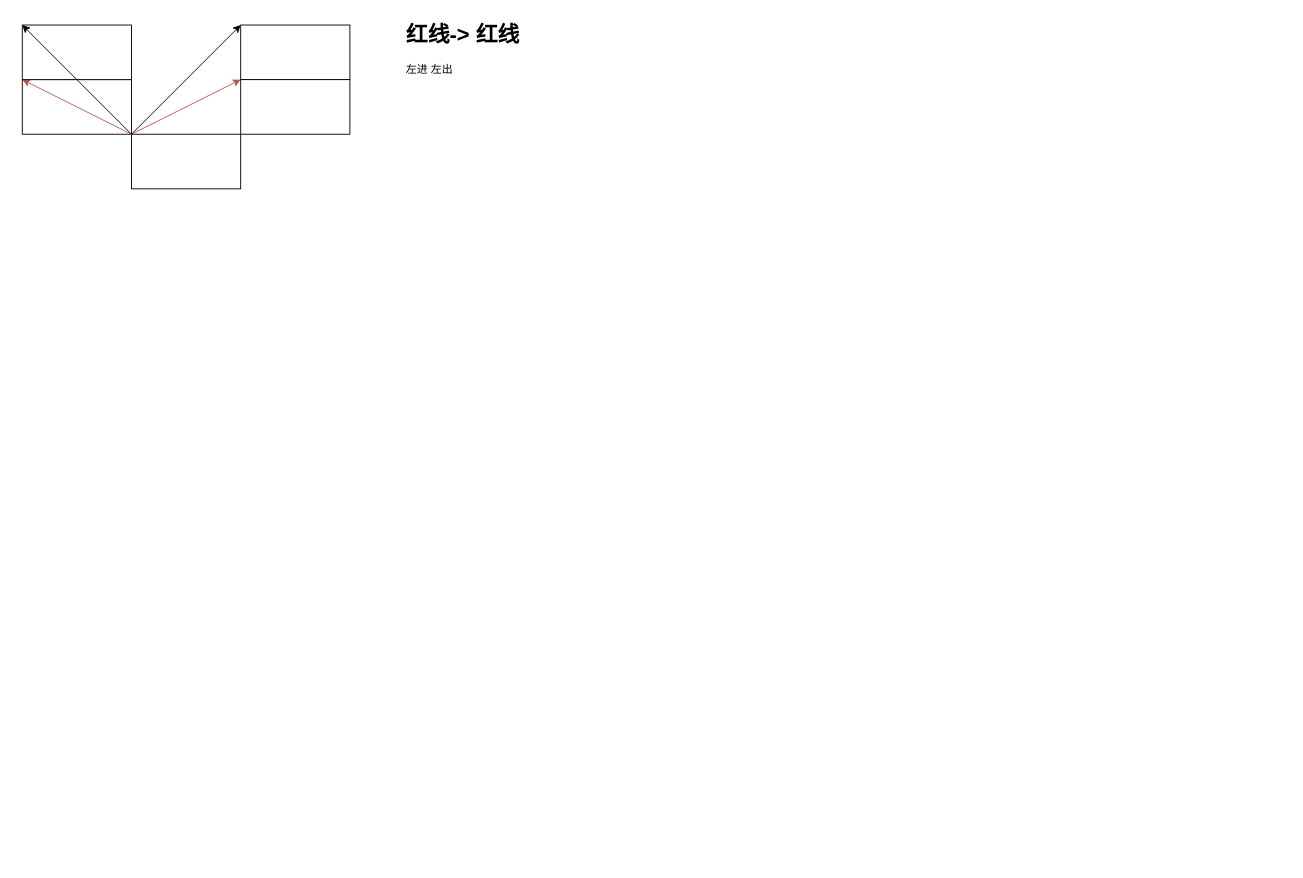
InternationSi/drawIO keeps this draw.io diagram as 锚点角度计算.drawio. Above is the earlier version. Source tidied: cells renumbered, new cells numbered last; positions are measured from the earlier drawing's top-left corner, leaving out a move shared by most shapes. Both pictures are drawn from the tidied source at 91%, with x=0, y=0 at pixel (22, 15).
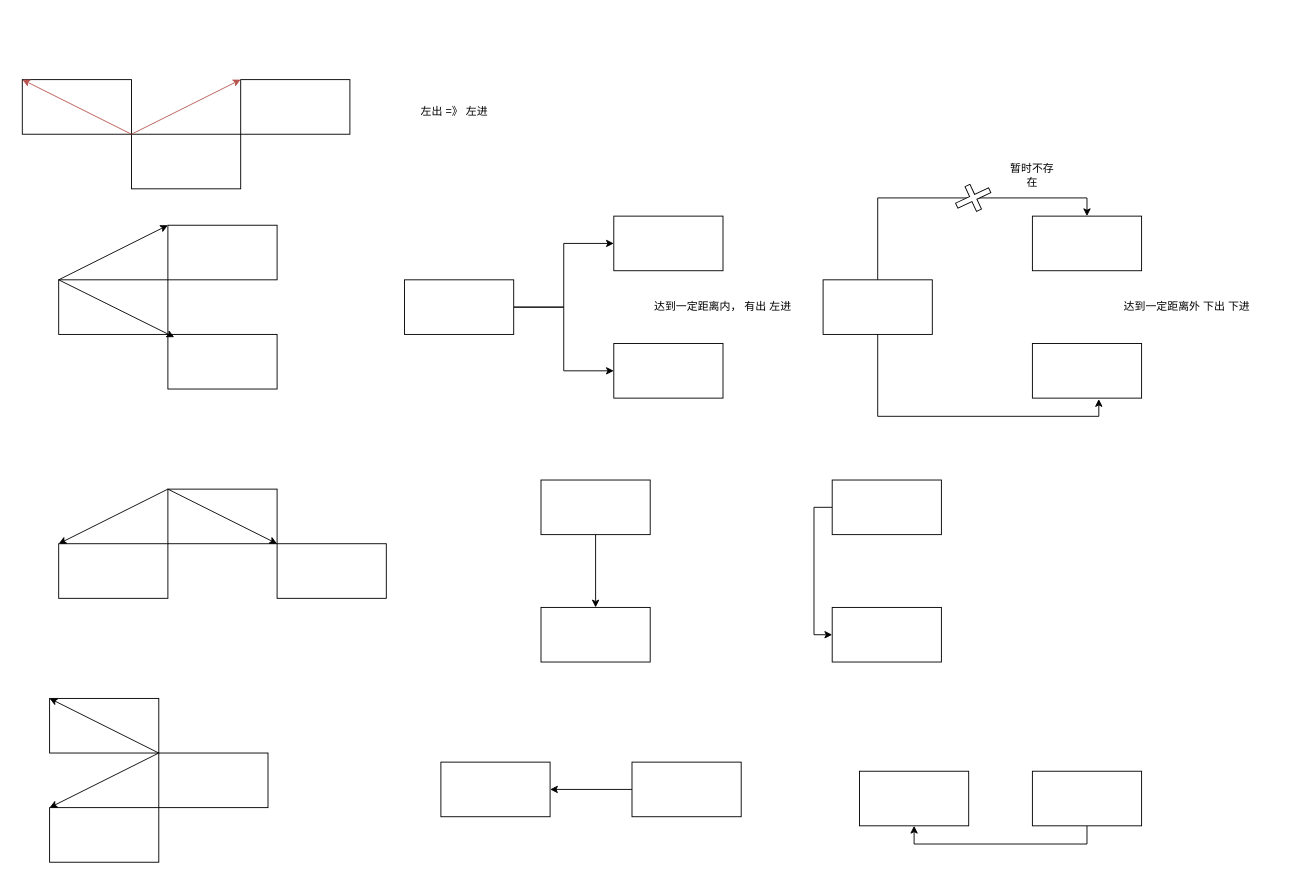
The same page after the edit.

Commit message (it also covers changes not shown here):
更新锚点角度计算.drawio

The change refers to these unchanged cells:
```xml
<mxCell id="2" style="rounded=0;whiteSpace=wrap;html=1;" parent="1" vertex="1">
  <mxGeometry x="120" y="130" width="120" height="60" as="geometry" />
</mxCell>
```

Change to the diagram source:
```diff
@@
-    <mxCell id="3" style="rounded=0;whiteSpace=wrap;html=1;" parent="1" vertex="1">
-      <mxGeometry x="240" y="10" width="120" height="60" as="geometry" />
-    </mxCell>
@@
-    <mxCell id="5" style="endArrow=classic;html=1;rounded=0;entryX=0;entryY=1;entryDx=0;entryDy=0;fillColor=#f8cecc;strokeColor=#b85450;" parent="1" edge="1" target="3">
+    <mxCell id="5" style="endArrow=classic;html=1;rounded=0;entryX=0;entryY=1;entryDx=0;entryDy=0;fillColor=#f8cecc;strokeColor=#b85450;" parent="1" edge="1">
       <mxGeometry relative="1" as="geometry">
         <mxPoint x="120" y="130" as="sourcePoint" />
+        <mxPoint x="240" y="70" as="targetPoint" />
       </mxGeometry>
     </mxCell>
-    <mxCell id="6" style="endArrow=classic;html=1;rounded=0;entryX=0;entryY=0;entryDx=0;entryDy=0;" parent="1" edge="1" target="3">
-      <mxGeometry relative="1" as="geometry">
-        <mxPoint x="120" y="130" as="sourcePoint" />
-      </mxGeometry>
-    </mxCell>
@@
-    <mxCell id="9" style="rounded=0;whiteSpace=wrap;html=1;" parent="1" vertex="1">
-      <mxGeometry y="10" width="120" height="60" as="geometry" />
-    </mxCell>
-    <mxCell id="10" style="endArrow=classic;html=1;rounded=0;entryX=0;entryY=0;entryDx=0;entryDy=0;exitX=0;exitY=0;exitDx=0;exitDy=0;" parent="1" edge="1" source="2" target="9">
-      <mxGeometry relative="1" as="geometry" />
-    </mxCell>
-    <mxCell id="11" value="&lt;h1 style=&quot;margin-top: 0px;&quot;&gt;红线-&amp;gt; 红线&lt;/h1&gt;&lt;p&gt;左进 左出&lt;/p&gt;" style="text;html=1;whiteSpace=wrap;overflow=hidden;rounded=0;" parent="1" vertex="1">
-      <mxGeometry x="420" width="180" height="120" as="geometry" />
-    </mxCell>
+    <mxCell id="12" style="rounded=0;whiteSpace=wrap;html=1;" parent="1" vertex="1">
+      <mxGeometry x="40" y="290" width="120" height="60" as="geometry" />
+    </mxCell>
+    <mxCell id="13" style="rounded=0;whiteSpace=wrap;html=1;" parent="1" vertex="1">
+      <mxGeometry x="160" y="230" width="120" height="60" as="geometry" />
+    </mxCell>
+    <mxCell id="14" style="rounded=0;whiteSpace=wrap;html=1;" parent="1" vertex="1">
+      <mxGeometry x="160" y="350" width="120" height="60" as="geometry" />
+    </mxCell>
+    <mxCell id="15" style="endArrow=classic;html=1;rounded=0;entryX=0;entryY=0;entryDx=0;entryDy=0;" parent="1" edge="1" target="13">
+      <mxGeometry relative="1" as="geometry">
+        <mxPoint x="40" y="290" as="sourcePoint" />
+      </mxGeometry>
+    </mxCell>
+    <mxCell id="16" style="endArrow=classic;html=1;rounded=0;entryX=0.058;entryY=0.05;entryDx=0;entryDy=0;entryPerimeter=0;" parent="1" edge="1" target="14">
+      <mxGeometry relative="1" as="geometry">
+        <mxPoint x="40" y="290" as="sourcePoint" />
+      </mxGeometry>
+    </mxCell>
+    <mxCell id="17" style="edgeStyle=orthogonalEdgeStyle;rounded=0;jettySize=auto;html=1;exitX=1;exitY=0.5;exitDx=0;exitDy=0;entryX=0;entryY=0.5;entryDx=0;entryDy=0;" parent="1" edge="1" source="19" target="21">
+      <mxGeometry relative="1" as="geometry" />
+    </mxCell>
+    <mxCell id="18" style="edgeStyle=orthogonalEdgeStyle;rounded=0;jettySize=auto;html=1;exitX=1;exitY=0.5;exitDx=0;exitDy=0;entryX=0;entryY=0.5;entryDx=0;entryDy=0;" parent="1" edge="1" source="19" target="20">
+      <mxGeometry relative="1" as="geometry" />
+    </mxCell>
+    <mxCell id="19" style="rounded=0;whiteSpace=wrap;html=1;" parent="1" vertex="1">
+      <mxGeometry x="420" y="290" width="120" height="60" as="geometry" />
+    </mxCell>
+    <mxCell id="20" style="rounded=0;whiteSpace=wrap;html=1;" parent="1" vertex="1">
+      <mxGeometry x="650" y="220" width="120" height="60" as="geometry" />
+    </mxCell>
+    <mxCell id="21" style="rounded=0;whiteSpace=wrap;html=1;" parent="1" vertex="1">
+      <mxGeometry x="650" y="360" width="120" height="60" as="geometry" />
+    </mxCell>
+    <mxCell id="22" value="左出 =》 左进" style="text;html=1;align=center;verticalAlign=middle;whiteSpace=wrap;rounded=0;" parent="1" vertex="1">
+      <mxGeometry x="410" y="90" width="130" height="30" as="geometry" />
+    </mxCell>
+    <mxCell id="23" value="达到一定距离内， 有出 左进" style="text;html=1;align=center;verticalAlign=middle;whiteSpace=wrap;rounded=0;" parent="1" vertex="1">
+      <mxGeometry x="660" y="305" width="220" height="30" as="geometry" />
+    </mxCell>
+    <mxCell id="24" style="edgeStyle=orthogonalEdgeStyle;rounded=0;jettySize=auto;html=1;exitX=0.5;exitY=0;exitDx=0;exitDy=0;entryX=0.5;entryY=0;entryDx=0;entryDy=0;" parent="1" edge="1" source="25" target="26">
+      <mxGeometry relative="1" as="geometry" />
+    </mxCell>
+    <mxCell id="25" style="rounded=0;whiteSpace=wrap;html=1;" parent="1" vertex="1">
+      <mxGeometry x="880" y="290" width="120" height="60" as="geometry" />
+    </mxCell>
+    <mxCell id="26" style="rounded=0;whiteSpace=wrap;html=1;" parent="1" vertex="1">
+      <mxGeometry x="1110" y="220" width="120" height="60" as="geometry" />
+    </mxCell>
+    <mxCell id="27" style="rounded=0;whiteSpace=wrap;html=1;" parent="1" vertex="1">
+      <mxGeometry x="1110" y="360" width="120" height="60" as="geometry" />
+    </mxCell>
+    <mxCell id="28" value="达到一定距离外 下出 下进" style="text;html=1;align=center;verticalAlign=middle;whiteSpace=wrap;rounded=0;" parent="1" vertex="1">
+      <mxGeometry x="1170" y="305" width="220" height="30" as="geometry" />
+    </mxCell>
+    <mxCell id="29" style="edgeStyle=orthogonalEdgeStyle;rounded=0;jettySize=auto;html=1;exitX=0.5;exitY=1;exitDx=0;exitDy=0;entryX=0.608;entryY=1.017;entryDx=0;entryDy=0;entryPerimeter=0;" parent="1" edge="1" source="25" target="27">
+      <mxGeometry relative="1" as="geometry" />
+    </mxCell>
+    <mxCell id="30" style="shape=cross;whiteSpace=wrap;html=1;direction=south;rotation=65;" parent="1" vertex="1">
+      <mxGeometry x="1030" y="180" width="30" height="40" as="geometry" />
+    </mxCell>
+    <mxCell id="31" value="暂时不存在" style="text;html=1;align=center;verticalAlign=middle;whiteSpace=wrap;rounded=0;" parent="1" vertex="1">
+      <mxGeometry x="1080" y="160" width="60" height="30" as="geometry" />
+    </mxCell>
+    <mxCell id="32" style="rounded=0;whiteSpace=wrap;html=1;" parent="1" vertex="1">
+      <mxGeometry x="160" y="520" width="120" height="60" as="geometry" />
+    </mxCell>
+    <mxCell id="33" style="rounded=0;whiteSpace=wrap;html=1;" parent="1" vertex="1">
+      <mxGeometry x="40" y="580" width="120" height="60" as="geometry" />
+    </mxCell>
+    <mxCell id="34" style="rounded=0;whiteSpace=wrap;html=1;" parent="1" vertex="1">
+      <mxGeometry x="280" y="580" width="120" height="60" as="geometry" />
+    </mxCell>
+    <mxCell id="35" style="endArrow=classic;html=1;rounded=0;entryX=1;entryY=1;entryDx=0;entryDy=0;" parent="1" edge="1" target="32">
+      <mxGeometry relative="1" as="geometry">
+        <mxPoint x="160" y="520" as="sourcePoint" />
+      </mxGeometry>
+    </mxCell>
+    <mxCell id="36" style="endArrow=classic;html=1;rounded=0;entryX=0;entryY=0;entryDx=0;entryDy=0;" parent="1" edge="1" target="33">
+      <mxGeometry relative="1" as="geometry">
+        <mxPoint x="160" y="520" as="sourcePoint" />
+      </mxGeometry>
+    </mxCell>
+    <mxCell id="37" style="edgeStyle=orthogonalEdgeStyle;rounded=0;jettySize=auto;html=1;exitX=0.5;exitY=1;exitDx=0;exitDy=0;entryX=0.5;entryY=0;entryDx=0;entryDy=0;" parent="1" edge="1" source="38" target="39">
+      <mxGeometry relative="1" as="geometry" />
+    </mxCell>
+    <mxCell id="38" style="rounded=0;whiteSpace=wrap;html=1;" parent="1" vertex="1">
+      <mxGeometry x="570" y="510" width="120" height="60" as="geometry" />
+    </mxCell>
+    <mxCell id="39" style="rounded=0;whiteSpace=wrap;html=1;" parent="1" vertex="1">
+      <mxGeometry x="570" y="650" width="120" height="60" as="geometry" />
+    </mxCell>
+    <mxCell id="40" style="edgeStyle=orthogonalEdgeStyle;rounded=0;jettySize=auto;html=1;exitX=0;exitY=0.5;exitDx=0;exitDy=0;entryX=0;entryY=0.5;entryDx=0;entryDy=0;" parent="1" edge="1" source="41" target="42">
+      <mxGeometry relative="1" as="geometry" />
+    </mxCell>
+    <mxCell id="41" style="rounded=0;whiteSpace=wrap;html=1;" parent="1" vertex="1">
+      <mxGeometry x="890" y="510" width="120" height="60" as="geometry" />
+    </mxCell>
+    <mxCell id="42" style="rounded=0;whiteSpace=wrap;html=1;" parent="1" vertex="1">
+      <mxGeometry x="890" y="650" width="120" height="60" as="geometry" />
+    </mxCell>
+    <mxCell id="43" style="rounded=0;whiteSpace=wrap;html=1;" parent="1" vertex="1">
+      <mxGeometry x="150" y="810" width="120" height="60" as="geometry" />
+    </mxCell>
+    <mxCell id="44" style="rounded=0;whiteSpace=wrap;html=1;" parent="1" vertex="1">
+      <mxGeometry x="30" y="750" width="120" height="60" as="geometry" />
+    </mxCell>
+    <mxCell id="45" style="rounded=0;whiteSpace=wrap;html=1;" parent="1" vertex="1">
+      <mxGeometry x="30" y="870" width="120" height="60" as="geometry" />
+    </mxCell>
+    <mxCell id="46" style="endArrow=classic;html=1;rounded=0;entryX=0;entryY=0;entryDx=0;entryDy=0;" parent="1" edge="1" target="44">
+      <mxGeometry relative="1" as="geometry">
+        <mxPoint x="150" y="810" as="sourcePoint" />
+      </mxGeometry>
+    </mxCell>
+    <mxCell id="47" style="endArrow=classic;html=1;rounded=0;entryX=0;entryY=0;entryDx=0;entryDy=0;" parent="1" edge="1" target="45">
+      <mxGeometry relative="1" as="geometry">
+        <mxPoint x="150" y="810" as="sourcePoint" />
+      </mxGeometry>
+    </mxCell>
+    <mxCell id="48" style="edgeStyle=orthogonalEdgeStyle;rounded=0;jettySize=auto;html=1;exitX=0;exitY=0.5;exitDx=0;exitDy=0;" parent="1" edge="1" source="49" target="50">
+      <mxGeometry relative="1" as="geometry" />
+    </mxCell>
+    <mxCell id="49" style="rounded=0;whiteSpace=wrap;html=1;" parent="1" vertex="1">
+      <mxGeometry x="670" y="820" width="120" height="60" as="geometry" />
+    </mxCell>
+    <mxCell id="50" style="rounded=0;whiteSpace=wrap;html=1;" parent="1" vertex="1">
+      <mxGeometry x="460" y="820" width="120" height="60" as="geometry" />
+    </mxCell>
+    <mxCell id="51" style="edgeStyle=orthogonalEdgeStyle;rounded=0;jettySize=auto;html=1;exitX=0.5;exitY=1;exitDx=0;exitDy=0;entryX=0.5;entryY=1;entryDx=0;entryDy=0;" parent="1" edge="1" source="52" target="53">
+      <mxGeometry relative="1" as="geometry" />
+    </mxCell>
+    <mxCell id="52" style="rounded=0;whiteSpace=wrap;html=1;" parent="1" vertex="1">
+      <mxGeometry x="1110" y="830" width="120" height="60" as="geometry" />
+    </mxCell>
+    <mxCell id="53" style="rounded=0;whiteSpace=wrap;html=1;" parent="1" vertex="1">
+      <mxGeometry x="920" y="830" width="120" height="60" as="geometry" />
+    </mxCell>
```
